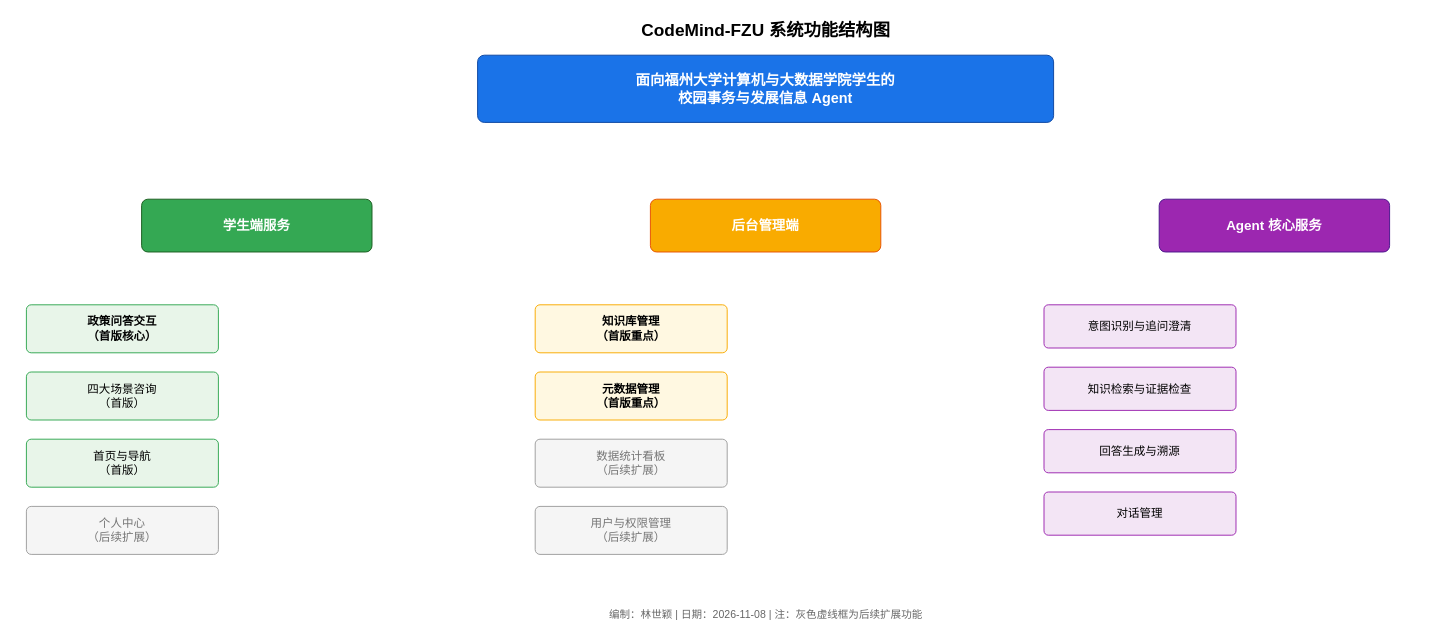
Earlier version of the draw.io diagram docs/assignment-02/system-design/diagrams/function/系统功能结构图_林世颖.drawio (yz-Yezi-Genm/CodeMind-FZU). Source tidied: cells renumbered, new cells numbered last; positions are measured from the earlier drawing's top-left corner, leaving out a move shared by most shapes. Both pictures are drawn from the tidied source at 96%, with x=0, y=0 at pixel (26, 16).
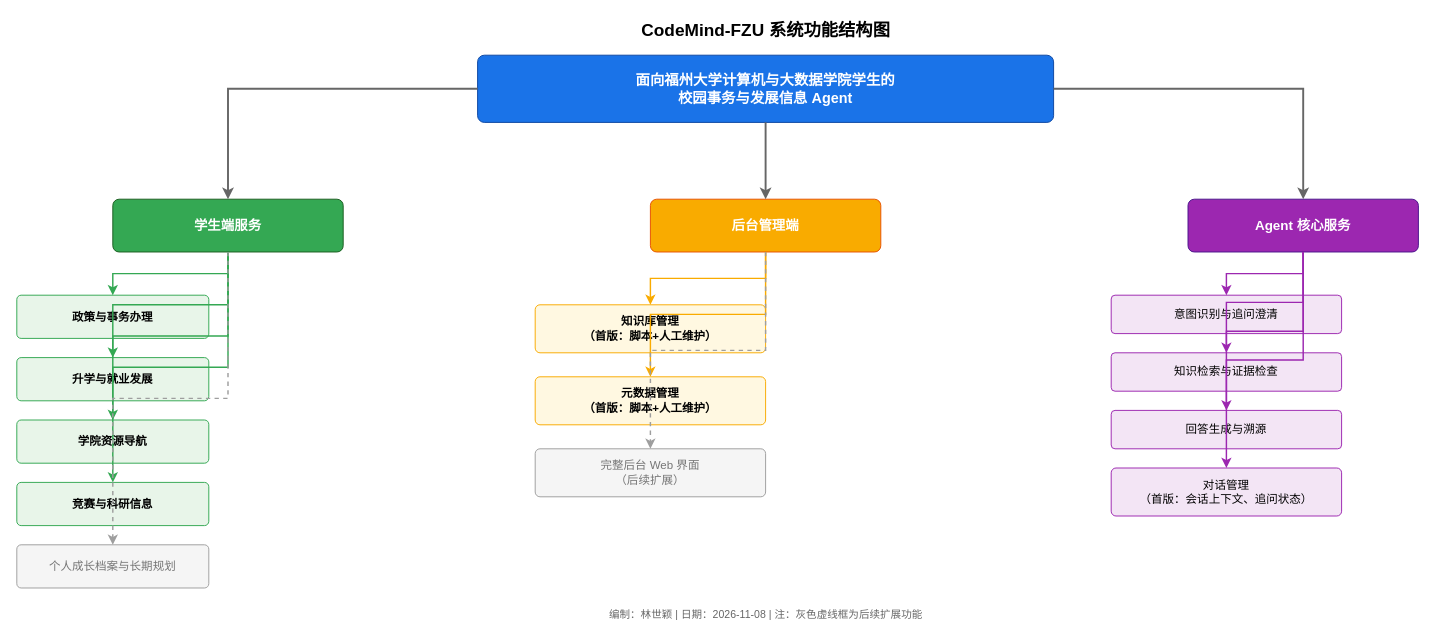
The same diagram, later.

Commit message:
docs: 更新系统功能结构图及模块职责说明

The change refers to these unchanged cells:
```xml
<mxCell id="3" value="面向福州大学计算机与大数据学院学生的&#10;校园事务与发展信息 Agent" style="rounded=1;whiteSpace=wrap;html=1;fillColor=#1a73e8;strokeColor=#0d47a1;fontColor=#ffffff;fontSize=15;fontStyle=1;arcSize=10;" parent="1" vertex="1">
  <mxGeometry x="470" y="40" width="600" height="70" as="geometry" />
</mxCell>
<mxCell id="5" value="后台管理端" style="rounded=1;whiteSpace=wrap;html=1;fillColor=#f9ab00;strokeColor=#e65100;fontColor=#ffffff;fontSize=14;fontStyle=1;arcSize=12;" parent="1" vertex="1">
  <mxGeometry x="650" y="190" width="240" height="55" as="geometry" />
</mxCell>
```

What changed in the source:
```diff
@@
     <mxCell id="4" value="学生端服务" style="rounded=1;whiteSpace=wrap;html=1;fillColor=#34a853;strokeColor=#1b5e20;fontColor=#ffffff;fontSize=14;fontStyle=1;arcSize=12;" parent="1" vertex="1">
-      <mxGeometry x="120" y="190" width="240" height="55" as="geometry" />
+      <mxGeometry x="90" y="190" width="240" height="55" as="geometry" />
     </mxCell>
@@
     <mxCell id="6" value="Agent 核心服务" style="rounded=1;whiteSpace=wrap;html=1;fillColor=#9c27b0;strokeColor=#4a148c;fontColor=#ffffff;fontSize=14;fontStyle=1;arcSize=12;" parent="1" vertex="1">
-      <mxGeometry x="1180" y="190" width="240" height="55" as="geometry" />
+      <mxGeometry x="1210" y="190" width="240" height="55" as="geometry" />
     </mxCell>
+    <mxCell id="20" style="edgeStyle=orthogonalEdgeStyle;rounded=0;jettySize=auto;html=1;strokeColor=#666666;strokeWidth=2;" parent="1" edge="1" source="3" target="4">
+      <mxGeometry relative="1" as="geometry" />
+    </mxCell>
+    <mxCell id="21" style="edgeStyle=orthogonalEdgeStyle;rounded=0;jettySize=auto;html=1;strokeColor=#666666;strokeWidth=2;" parent="1" edge="1" source="3" target="5">
+      <mxGeometry relative="1" as="geometry" />
+    </mxCell>
+    <mxCell id="22" style="edgeStyle=orthogonalEdgeStyle;rounded=0;jettySize=auto;html=1;strokeColor=#666666;strokeWidth=2;" parent="1" edge="1" source="3" target="6">
+      <mxGeometry relative="1" as="geometry" />
+    </mxCell>
-    <mxCell id="7" value="政策问答交互&#10;（首版核心）" style="rounded=1;whiteSpace=wrap;html=1;fillColor=#e8f5e9;strokeColor=#34a853;fontSize=12;arcSize=10;fontStyle=1;" parent="1" vertex="1">
-      <mxGeometry y="300" width="200" height="50" as="geometry" />
+    <mxCell id="7" value="政策与事务办理" style="rounded=1;whiteSpace=wrap;html=1;fillColor=#e8f5e9;strokeColor=#34a853;fontSize=12;arcSize=10;fontStyle=1;" parent="1" vertex="1">
+      <mxGeometry x="-10" y="290" width="200" height="45" as="geometry" />
     </mxCell>
-    <mxCell id="8" value="四大场景咨询&#10;（首版）" style="rounded=1;whiteSpace=wrap;html=1;fillColor=#e8f5e9;strokeColor=#34a853;fontSize=12;arcSize=10;" parent="1" vertex="1">
-      <mxGeometry y="370" width="200" height="50" as="geometry" />
+    <mxCell id="8" value="升学与就业发展" style="rounded=1;whiteSpace=wrap;html=1;fillColor=#e8f5e9;strokeColor=#34a853;fontSize=12;arcSize=10;fontStyle=1;" parent="1" vertex="1">
+      <mxGeometry x="-10" y="355" width="200" height="45" as="geometry" />
     </mxCell>
-    <mxCell id="9" value="首页与导航&#10;（首版）" style="rounded=1;whiteSpace=wrap;html=1;fillColor=#e8f5e9;strokeColor=#34a853;fontSize=12;arcSize=10;" parent="1" vertex="1">
-      <mxGeometry y="440" width="200" height="50" as="geometry" />
+    <mxCell id="9" value="学院资源导航" style="rounded=1;whiteSpace=wrap;html=1;fillColor=#e8f5e9;strokeColor=#34a853;fontSize=12;arcSize=10;fontStyle=1;" parent="1" vertex="1">
+      <mxGeometry x="-10" y="420" width="200" height="45" as="geometry" />
     </mxCell>
-    <mxCell id="10" value="个人中心&#10;（后续扩展）" style="rounded=1;whiteSpace=wrap;html=1;fillColor=#f5f5f5;strokeColor=#9e9e9e;fontSize=12;arcSize=10;fontColor=#757575;" parent="1" vertex="1">
-      <mxGeometry y="510" width="200" height="50" as="geometry" />
+    <mxCell id="10" value="竞赛与科研信息" style="rounded=1;whiteSpace=wrap;html=1;fillColor=#e8f5e9;strokeColor=#34a853;fontSize=12;arcSize=10;fontStyle=1;" parent="1" vertex="1">
+      <mxGeometry x="-10" y="485" width="200" height="45" as="geometry" />
     </mxCell>
+    <mxCell id="23" value="个人成长档案与长期规划" style="rounded=1;whiteSpace=wrap;html=1;fillColor=#f5f5f5;strokeColor=#9e9e9e;fontSize=12;arcSize=10;fontColor=#757575;" parent="1" vertex="1">
+      <mxGeometry x="-10" y="550" width="200" height="45" as="geometry" />
+    </mxCell>
+    <mxCell id="24" style="edgeStyle=orthogonalEdgeStyle;rounded=0;jettySize=auto;html=1;strokeColor=#34a853;strokeWidth=1.5;" parent="1" edge="1" source="4" target="7">
+      <mxGeometry relative="1" as="geometry" />
+    </mxCell>
+    <mxCell id="25" style="edgeStyle=orthogonalEdgeStyle;rounded=0;jettySize=auto;html=1;strokeColor=#34a853;strokeWidth=1.5;" parent="1" edge="1" source="4" target="8">
+      <mxGeometry relative="1" as="geometry" />
+    </mxCell>
+    <mxCell id="26" style="edgeStyle=orthogonalEdgeStyle;rounded=0;jettySize=auto;html=1;strokeColor=#34a853;strokeWidth=1.5;" parent="1" edge="1" source="4" target="9">
+      <mxGeometry relative="1" as="geometry" />
+    </mxCell>
+    <mxCell id="27" style="edgeStyle=orthogonalEdgeStyle;rounded=0;jettySize=auto;html=1;strokeColor=#34a853;strokeWidth=1.5;" parent="1" edge="1" source="4" target="10">
+      <mxGeometry relative="1" as="geometry" />
+    </mxCell>
+    <mxCell id="28" style="edgeStyle=orthogonalEdgeStyle;rounded=0;jettySize=auto;html=1;strokeColor=#9e9e9e;strokeWidth=1.5;dashed=1;" parent="1" edge="1" source="4" target="23">
+      <mxGeometry relative="1" as="geometry" />
+    </mxCell>
-    <mxCell id="11" value="知识库管理&#10;（首版重点）" style="rounded=1;whiteSpace=wrap;html=1;fillColor=#fff8e1;strokeColor=#f9ab00;fontSize=12;arcSize=10;fontStyle=1;" parent="1" vertex="1">
-      <mxGeometry x="530" y="300" width="200" height="50" as="geometry" />
+    <mxCell id="11" value="知识库管理&#10;（首版：脚本+人工维护）" style="rounded=1;whiteSpace=wrap;html=1;fillColor=#fff8e1;strokeColor=#f9ab00;fontSize=12;arcSize=10;fontStyle=1;" parent="1" vertex="1">
+      <mxGeometry x="530" y="300" width="240" height="50" as="geometry" />
     </mxCell>
-    <mxCell id="12" value="元数据管理&#10;（首版重点）" style="rounded=1;whiteSpace=wrap;html=1;fillColor=#fff8e1;strokeColor=#f9ab00;fontSize=12;arcSize=10;fontStyle=1;" parent="1" vertex="1">
-      <mxGeometry x="530" y="370" width="200" height="50" as="geometry" />
+    <mxCell id="12" value="元数据管理&#10;（首版：脚本+人工维护）" style="rounded=1;whiteSpace=wrap;html=1;fillColor=#fff8e1;strokeColor=#f9ab00;fontSize=12;arcSize=10;fontStyle=1;" parent="1" vertex="1">
+      <mxGeometry x="530" y="375" width="240" height="50" as="geometry" />
     </mxCell>
-    <mxCell id="13" value="数据统计看板&#10;（后续扩展）" style="rounded=1;whiteSpace=wrap;html=1;fillColor=#f5f5f5;strokeColor=#9e9e9e;fontSize=12;arcSize=10;fontColor=#757575;" parent="1" vertex="1">
-      <mxGeometry x="530" y="440" width="200" height="50" as="geometry" />
+    <mxCell id="13" value="完整后台 Web 界面&#10;（后续扩展）" style="rounded=1;whiteSpace=wrap;html=1;fillColor=#f5f5f5;strokeColor=#9e9e9e;fontSize=12;arcSize=10;fontColor=#757575;" parent="1" vertex="1">
+      <mxGeometry x="530" y="450" width="240" height="50" as="geometry" />
     </mxCell>
-    <mxCell id="14" value="用户与权限管理&#10;（后续扩展）" style="rounded=1;whiteSpace=wrap;html=1;fillColor=#f5f5f5;strokeColor=#9e9e9e;fontSize=12;arcSize=10;fontColor=#757575;" parent="1" vertex="1">
-      <mxGeometry x="530" y="510" width="200" height="50" as="geometry" />
-    </mxCell>
+    <mxCell id="29" style="edgeStyle=orthogonalEdgeStyle;rounded=0;jettySize=auto;html=1;strokeColor=#f9ab00;strokeWidth=1.5;" parent="1" edge="1" source="5" target="11">
+      <mxGeometry relative="1" as="geometry" />
+    </mxCell>
+    <mxCell id="30" style="edgeStyle=orthogonalEdgeStyle;rounded=0;jettySize=auto;html=1;strokeColor=#f9ab00;strokeWidth=1.5;" parent="1" edge="1" source="5" target="12">
+      <mxGeometry relative="1" as="geometry" />
+    </mxCell>
+    <mxCell id="31" style="edgeStyle=orthogonalEdgeStyle;rounded=0;jettySize=auto;html=1;strokeColor=#9e9e9e;strokeWidth=1.5;dashed=1;" parent="1" edge="1" source="5" target="13">
+      <mxGeometry relative="1" as="geometry" />
+    </mxCell>
     <mxCell id="15" value="意图识别与追问澄清" style="rounded=1;whiteSpace=wrap;html=1;fillColor=#f3e5f5;strokeColor=#9c27b0;fontSize=12;arcSize=10;" parent="1" vertex="1">
-      <mxGeometry x="1060" y="300" width="200" height="45" as="geometry" />
+      <mxGeometry x="1130" y="290" width="240" height="40" as="geometry" />
     </mxCell>
     <mxCell id="16" value="知识检索与证据检查" style="rounded=1;whiteSpace=wrap;html=1;fillColor=#f3e5f5;strokeColor=#9c27b0;fontSize=12;arcSize=10;" parent="1" vertex="1">
-      <mxGeometry x="1060" y="365" width="200" height="45" as="geometry" />
+      <mxGeometry x="1130" y="350" width="240" height="40" as="geometry" />
     </mxCell>
     <mxCell id="17" value="回答生成与溯源" style="rounded=1;whiteSpace=wrap;html=1;fillColor=#f3e5f5;strokeColor=#9c27b0;fontSize=12;arcSize=10;" parent="1" vertex="1">
-      <mxGeometry x="1060" y="430" width="200" height="45" as="geometry" />
+      <mxGeometry x="1130" y="410" width="240" height="40" as="geometry" />
     </mxCell>
-    <mxCell id="18" value="对话管理" style="rounded=1;whiteSpace=wrap;html=1;fillColor=#f3e5f5;strokeColor=#9c27b0;fontSize=12;arcSize=10;" parent="1" vertex="1">
-      <mxGeometry x="1060" y="495" width="200" height="45" as="geometry" />
+    <mxCell id="18" value="对话管理&#10;（首版：会话上下文、追问状态）" style="rounded=1;whiteSpace=wrap;html=1;fillColor=#f3e5f5;strokeColor=#9c27b0;fontSize=12;arcSize=10;" parent="1" vertex="1">
+      <mxGeometry x="1130" y="470" width="240" height="50" as="geometry" />
     </mxCell>
+    <mxCell id="32" style="edgeStyle=orthogonalEdgeStyle;rounded=0;jettySize=auto;html=1;strokeColor=#9c27b0;strokeWidth=1.5;" parent="1" edge="1" source="6" target="15">
+      <mxGeometry relative="1" as="geometry" />
+    </mxCell>
+    <mxCell id="33" style="edgeStyle=orthogonalEdgeStyle;rounded=0;jettySize=auto;html=1;strokeColor=#9c27b0;strokeWidth=1.5;" parent="1" edge="1" source="6" target="16">
+      <mxGeometry relative="1" as="geometry" />
+    </mxCell>
+    <mxCell id="34" style="edgeStyle=orthogonalEdgeStyle;rounded=0;jettySize=auto;html=1;strokeColor=#9c27b0;strokeWidth=1.5;" parent="1" edge="1" source="6" target="17">
+      <mxGeometry relative="1" as="geometry" />
+    </mxCell>
+    <mxCell id="35" style="edgeStyle=orthogonalEdgeStyle;rounded=0;jettySize=auto;html=1;strokeColor=#9c27b0;strokeWidth=1.5;" parent="1" edge="1" source="6" target="18">
+      <mxGeometry relative="1" as="geometry" />
+    </mxCell>
```
